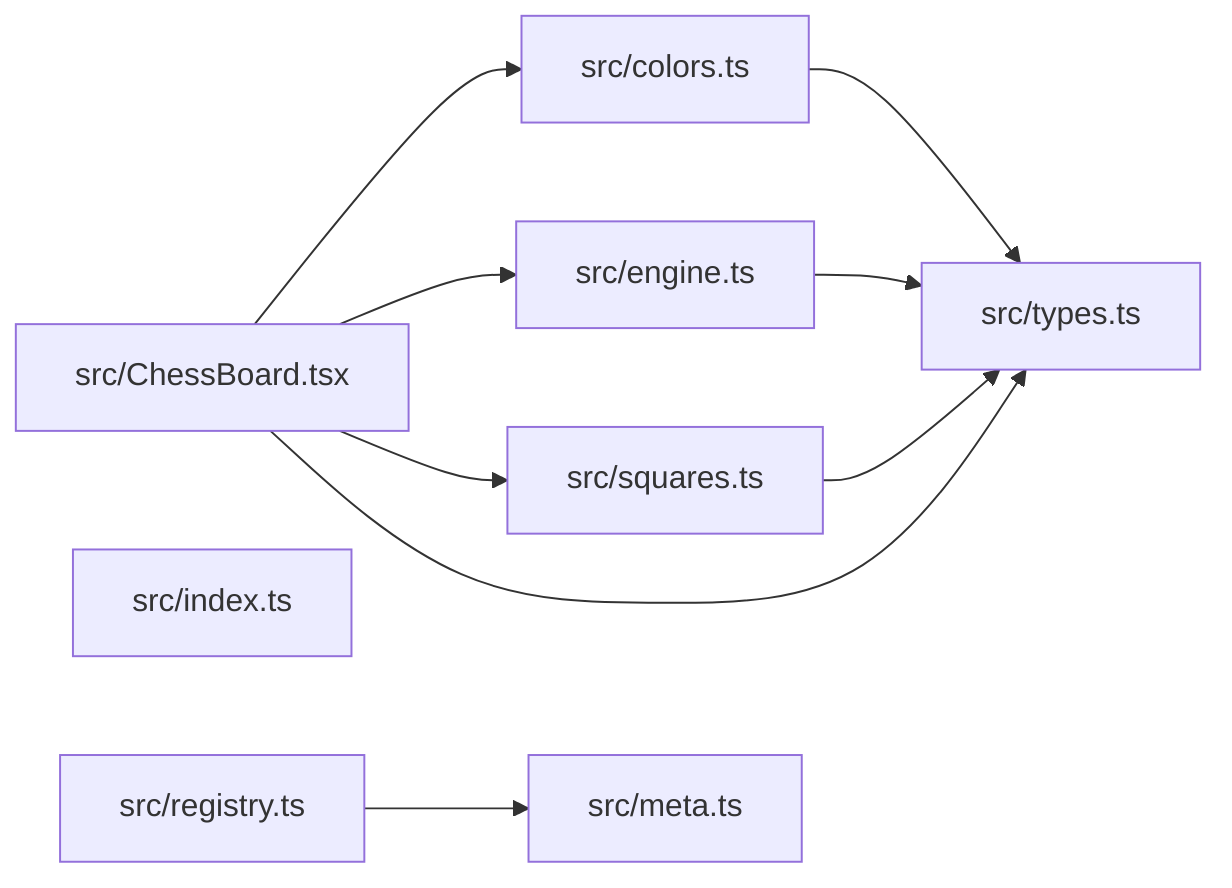
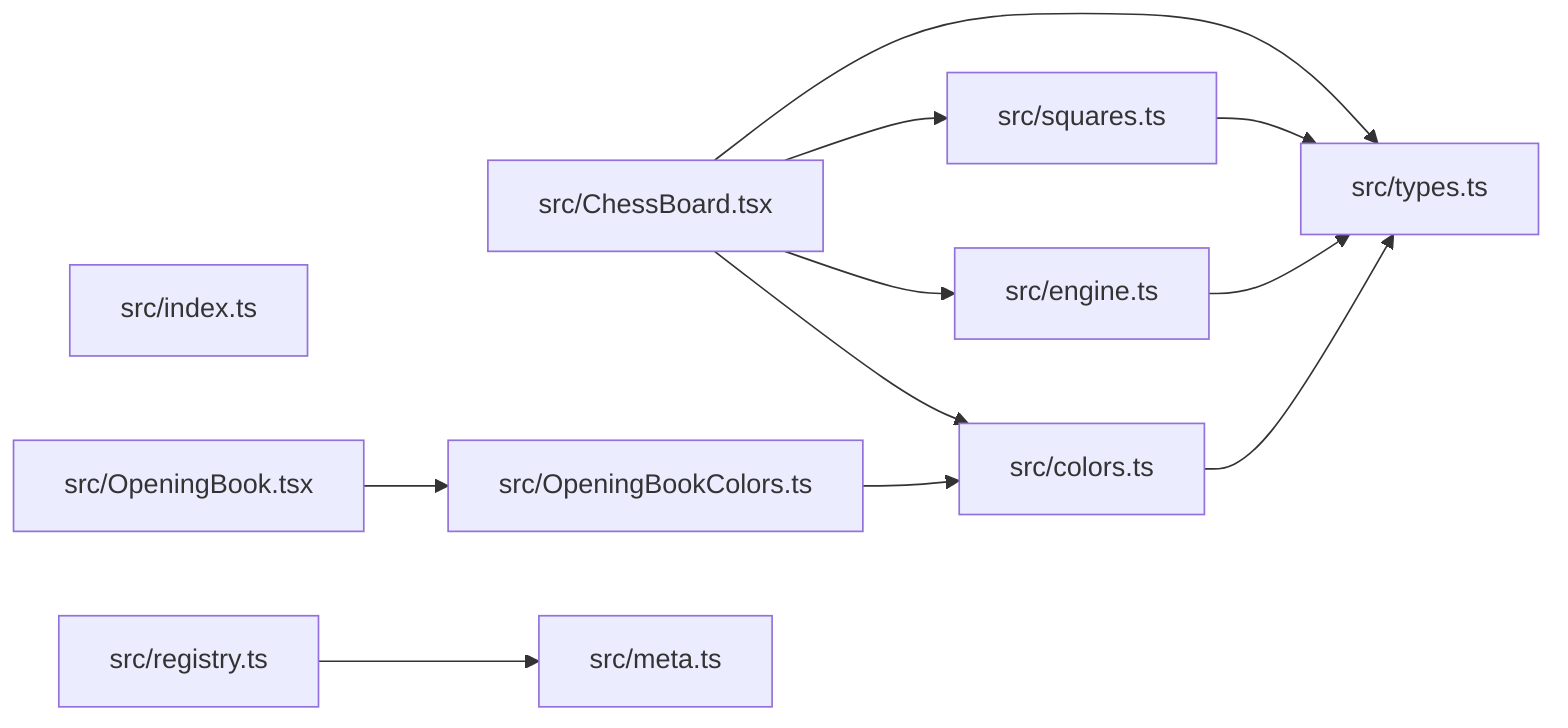
graph LR
  module_src_ChessBoard_tsx["src/ChessBoard.tsx"]
  module_src_colors_ts["src/colors.ts"]
  module_src_engine_ts["src/engine.ts"]
  module_src_index_ts["src/index.ts"]
  module_src_meta_ts["src/meta.ts"]
+   module_src_OpeningBook_tsx["src/OpeningBook.tsx"]
+   module_src_OpeningBookColors_ts["src/OpeningBookColors.ts"]
  module_src_registry_ts["src/registry.ts"]
  module_src_squares_ts["src/squares.ts"]
  module_src_types_ts["src/types.ts"]
  module_src_ChessBoard_tsx --> module_src_colors_ts
  module_src_ChessBoard_tsx --> module_src_engine_ts
  module_src_ChessBoard_tsx --> module_src_squares_ts
  module_src_ChessBoard_tsx --> module_src_types_ts
  module_src_colors_ts --> module_src_types_ts
  module_src_engine_ts --> module_src_types_ts
+   module_src_OpeningBook_tsx --> module_src_OpeningBookColors_ts
+   module_src_OpeningBookColors_ts --> module_src_colors_ts
  module_src_registry_ts --> module_src_meta_ts
  module_src_squares_ts --> module_src_types_ts
